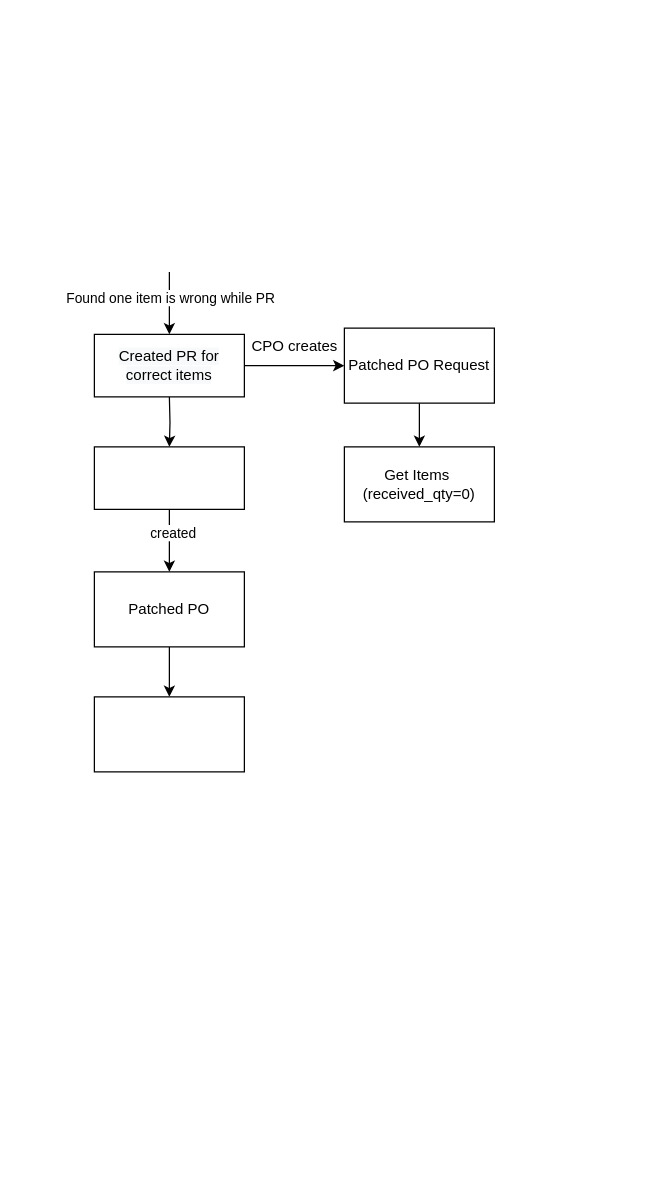
Above: Untitled Diagram.drawio in dstechnology/sbk_crm (draw.io), before the change. Source tidied: cells renumbered, new cells numbered last; positions are measured from the earlier drawing's top-left corner, leaving out a move shared by most shapes. Both pictures are drawn from the tidied source at 125%, with x=0, y=0 at pixel (94, 271).
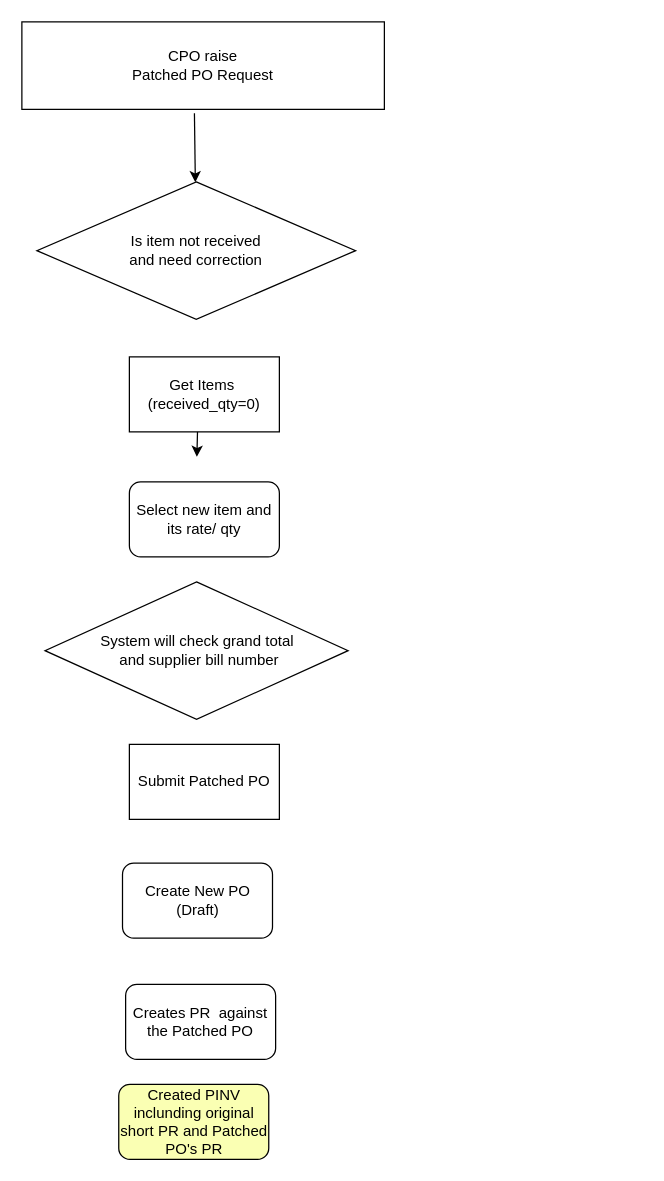
After the change.

Diff of the diagram source:
```diff
@@
-    <mxCell id="2" style="edgeStyle=orthogonalEdgeStyle;rounded=0;orthogonalLoop=1;jettySize=auto;html=1;" parent="1" edge="1">
-      <mxGeometry relative="1" as="geometry">
-        <mxPoint x="60" as="sourcePoint" />
-        <mxPoint x="60" y="50" as="targetPoint" />
-      </mxGeometry>
-    </mxCell>
-    <mxCell id="3" value="Found one item is wrong while PR" style="edgeLabel;html=1;align=center;verticalAlign=middle;" parent="2" vertex="1">
-      <mxGeometry x="-0.4" y="-1" relative="1" as="geometry">
-        <mxPoint x="1" y="5" as="offset" />
-      </mxGeometry>
-    </mxCell>
     <mxCell id="4" style="edgeStyle=orthogonalEdgeStyle;rounded=0;orthogonalLoop=1;jettySize=auto;html=1;" parent="1" edge="1">
       <mxGeometry relative="1" as="geometry">
-        <mxPoint x="60" y="100" as="sourcePoint" />
-        <mxPoint x="60" y="140" as="targetPoint" />
+        <mxPoint x="82" y="108" as="sourcePoint" />
+        <mxPoint x="82" y="148" as="targetPoint" />
       </mxGeometry>
     </mxCell>
-    <mxCell id="5" style="edgeStyle=orthogonalEdgeStyle;rounded=0;jettySize=auto;html=1;" parent="1" edge="1" source="7" target="16">
-      <mxGeometry relative="1" as="geometry" />
-    </mxCell>
-    <mxCell id="6" style="edgeLabel;html=1;align=center;verticalAlign=middle;" parent="5" vertex="1">
-      <mxGeometry x="-0.1" y="3" relative="1" as="geometry" />
-    </mxCell>
-    <mxCell id="7" value="&lt;span style=&quot;color: rgb(0, 0, 0); font-family: helvetica; font-size: 12px; font-style: normal; font-weight: 400; letter-spacing: normal; text-align: center; text-indent: 0px; text-transform: none; word-spacing: 0px; background-color: rgb(248, 249, 250); display: inline; float: none;&quot;&gt;Created PR for correct items&lt;/span&gt;" style="rounded=0;whiteSpace=wrap;html=1;" parent="1" vertex="1">
-      <mxGeometry y="50" width="120" height="50" as="geometry" />
-    </mxCell>
-    <mxCell id="8" style="edgeStyle=orthogonalEdgeStyle;rounded=0;jettySize=auto;html=1;" parent="1" edge="1" source="10" target="12">
-      <mxGeometry relative="1" as="geometry" />
-    </mxCell>
-    <mxCell id="9" value="created" style="edgeLabel;html=1;align=center;verticalAlign=middle;" parent="8" vertex="1">
-      <mxGeometry x="-0.28" y="2" relative="1" as="geometry" />
-    </mxCell>
-    <mxCell id="10" style="rounded=0;whiteSpace=wrap;html=1;" parent="1" vertex="1">
-      <mxGeometry y="140" width="120" height="50" as="geometry" />
-    </mxCell>
-    <mxCell id="11" style="edgeStyle=orthogonalEdgeStyle;rounded=0;jettySize=auto;html=1;" parent="1" edge="1" source="12" target="14">
-      <mxGeometry relative="1" as="geometry" />
-    </mxCell>
-    <mxCell id="12" value="Patched PO" style="whiteSpace=wrap;html=1;rounded=0;" parent="1" vertex="1">
-      <mxGeometry y="240" width="120" height="60" as="geometry" />
-    </mxCell>
-    <mxCell id="13" style="edgeStyle=orthogonalEdgeStyle;rounded=0;orthogonalLoop=1;jettySize=auto;html=1;exitX=0.5;exitY=1;exitDx=0;exitDy=0;" parent="1" edge="1" source="12" target="12">
-      <mxGeometry relative="1" as="geometry" />
+    <mxCell id="13" style="edgeStyle=orthogonalEdgeStyle;rounded=0;orthogonalLoop=1;jettySize=auto;html=1;exitX=0.5;exitY=1;exitDx=0;exitDy=0;" parent="1" edge="1">
+      <mxGeometry relative="1" as="geometry">
+        <mxPoint x="430" y="250" as="sourcePoint" />
+        <mxPoint x="430" y="250" as="targetPoint" />
+      </mxGeometry>
     </mxCell>
-    <mxCell id="14" style="whiteSpace=wrap;html=1;rounded=0;" parent="1" vertex="1">
-      <mxGeometry y="340" width="120" height="60" as="geometry" />
+    <mxCell id="14" value="Submit Patched PO&lt;br&gt;" style="whiteSpace=wrap;html=1;rounded=0;" parent="1" vertex="1">
+      <mxGeometry x="28" y="378" width="120" height="60" as="geometry" />
     </mxCell>
-    <mxCell id="15" style="edgeStyle=orthogonalEdgeStyle;rounded=0;jettySize=auto;html=1;" parent="1" edge="1" source="16" target="19">
-      <mxGeometry relative="1" as="geometry" />
-    </mxCell>
-    <mxCell id="16" value="&lt;span&gt;Patched PO Request&lt;/span&gt;" style="whiteSpace=wrap;html=1;rounded=0;" parent="1" vertex="1">
-      <mxGeometry x="200" y="45" width="120" height="60" as="geometry" />
+    <mxCell id="16" value="&lt;span&gt;CPO raise &lt;br&gt;Patched PO Request&lt;/span&gt;" style="whiteSpace=wrap;html=1;rounded=0;" parent="1" vertex="1">
+      <mxGeometry x="-58" y="-200" width="290" height="70" as="geometry" />
     </mxCell>
     <mxCell id="17" value="&lt;span style=&quot;color: rgba(0 , 0 , 0 , 0) ; font-family: monospace ; font-size: 0px&quot;&gt;C&lt;/span&gt;" style="text;html=1;align=center;verticalAlign=middle;strokeColor=none;fillColor=none;" parent="1" vertex="1">
-      <mxGeometry x="150" y="60" width="20" height="20" as="geometry" />
+      <mxGeometry x="153" y="68" width="20" height="20" as="geometry" />
     </mxCell>
-    <mxCell id="18" value="CPO creates" style="text;html=1;align=center;verticalAlign=middle;strokeColor=none;fillColor=none;" parent="1" vertex="1">
-      <mxGeometry x="120" y="50" width="80" height="20" as="geometry" />
-    </mxCell>
     <mxCell id="19" value="&amp;nbsp;Get Items&amp;nbsp;&amp;nbsp;&lt;br&gt;(received_qty=0)" style="whiteSpace=wrap;html=1;rounded=0;" parent="1" vertex="1">
-      <mxGeometry x="200" y="140" width="120" height="60" as="geometry" />
+      <mxGeometry x="28" y="68" width="120" height="60" as="geometry" />
     </mxCell>
+    <mxCell id="20" value="Is item not received &lt;br&gt;and need correction&lt;br&gt;" style="rhombus;whiteSpace=wrap;html=1;" parent="1" vertex="1">
+      <mxGeometry x="-46" y="-72" width="255" height="110" as="geometry" />
+    </mxCell>
+    <mxCell id="21" value="Select new item and its rate/ qty&lt;br&gt;" style="rounded=1;whiteSpace=wrap;html=1;" parent="1" vertex="1">
+      <mxGeometry x="28" y="168" width="120" height="60" as="geometry" />
+    </mxCell>
+    <mxCell id="22" value="System will check grand total&lt;br&gt;&amp;nbsp;and supplier bill number" style="rhombus;whiteSpace=wrap;html=1;" parent="1" vertex="1">
+      <mxGeometry x="-39.5" y="248" width="242.5" height="110" as="geometry" />
+    </mxCell>
+    <mxCell id="23" value="Create New PO (Draft)&lt;br&gt;" style="rounded=1;whiteSpace=wrap;html=1;" parent="1" vertex="1">
+      <mxGeometry x="22.5" y="473" width="120" height="60" as="geometry" />
+    </mxCell>
+    <mxCell id="24" value="Creates PR&amp;nbsp; against the Patched PO" style="rounded=1;whiteSpace=wrap;html=1;" parent="1" vertex="1">
+      <mxGeometry x="25" y="570" width="120" height="60" as="geometry" />
+    </mxCell>
+    <mxCell id="25" value="Created PINV inclunding original short PR and Patched PO's PR" style="rounded=1;whiteSpace=wrap;html=1;fillColor=#FAFFB3;" parent="1" vertex="1">
+      <mxGeometry x="19.5" y="650" width="120" height="60" as="geometry" />
+    </mxCell>
+    <mxCell id="26" style="endArrow=classic;html=1;rounded=0;exitX=0.476;exitY=1.043;exitDx=0;exitDy=0;exitPerimeter=0;" parent="1" edge="1" source="16" target="20">
+      <mxGeometry relative="1" as="geometry" />
+    </mxCell>
```
